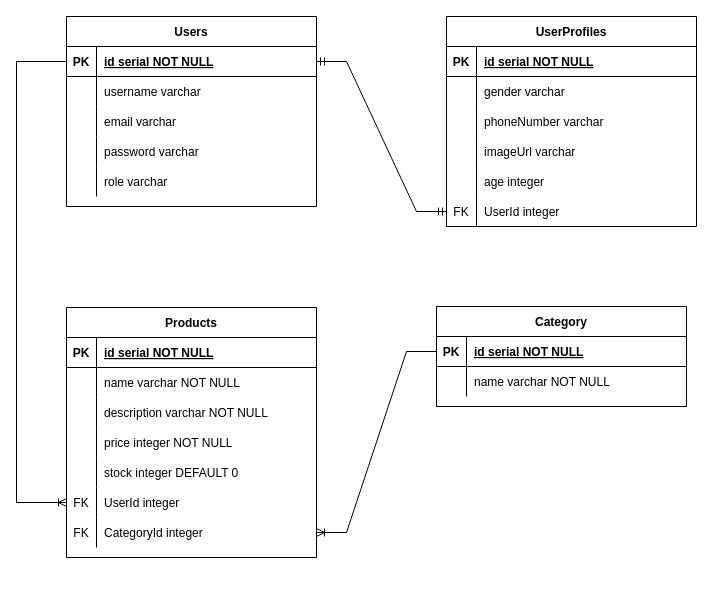
Before: VoucherKita.drawio in chossypratama/voucher-kita, a draw.io diagram. Source tidied: cells renumbered, new cells numbered last; positions are measured from the earlier drawing's top-left corner, leaving out a move shared by most shapes. Both pictures are drawn from the tidied source at 100%, with x=0, y=0 at pixel (16, 16).
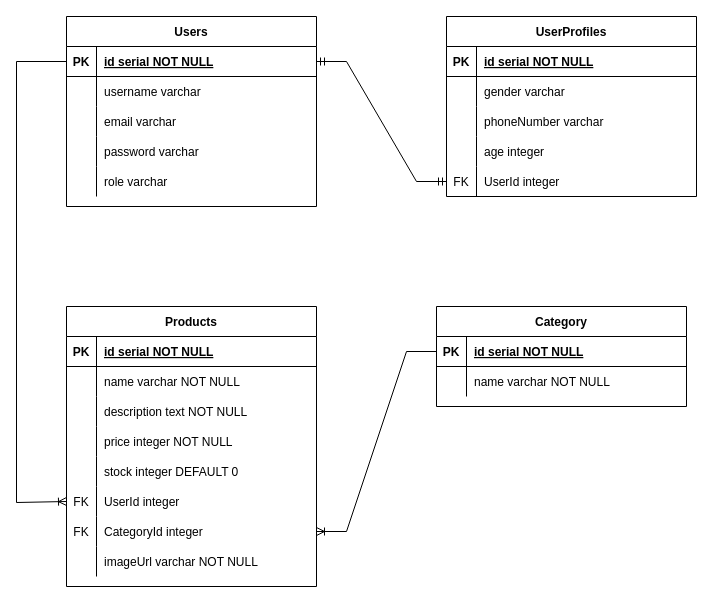
The same page after the edit.

The change refers to these unchanged cells:
```xml
<mxCell id="44" style="shape=partialRectangle;fillColor=none;top=0;left=0;right=0;bottom=0;" parent="37" vertex="1">
  <mxGeometry y="90" width="250" height="30" as="geometry" />
</mxCell>
```

What changed in the source:
```diff
@@
     <mxCell id="18" value="UserProfiles" style="shape=table;startSize=30;childLayout=tableLayout;rowLines=0;fontStyle=1;align=center;" parent="1" vertex="1">
-      <mxGeometry x="430" width="250" height="210" as="geometry" />
+      <mxGeometry x="430" width="250" height="180" as="geometry" />
     </mxCell>
@@
-    <mxCell id="28" style="shape=partialRectangle;fillColor=none;top=0;left=0;right=0;bottom=0;" parent="18" vertex="1">
-      <mxGeometry y="120" width="250" height="30" as="geometry" />
-    </mxCell>
-    <mxCell id="29" style="shape=partialRectangle;overflow=hidden;fillColor=none;top=0;left=0;bottom=0;right=0;" parent="28" vertex="1">
-      <mxGeometry width="30" height="30" as="geometry" />
-    </mxCell>
-    <mxCell id="30" value="imageUrl varchar" style="shape=partialRectangle;overflow=hidden;fillColor=none;top=0;left=0;bottom=0;right=0;align=left;spacingLeft=6;" parent="28" vertex="1">
-      <mxGeometry x="30" width="220" height="30" as="geometry" />
-    </mxCell>
     <mxCell id="31" style="shape=partialRectangle;fillColor=none;top=0;left=0;right=0;bottom=0;" parent="18" vertex="1">
-      <mxGeometry y="150" width="250" height="30" as="geometry" />
+      <mxGeometry y="120" width="250" height="30" as="geometry" />
     </mxCell>
@@
     <mxCell id="34" style="shape=partialRectangle;fillColor=none;points=[[0,0.5],[1,0.5]];portConstraint=eastwest;top=0;left=0;right=0;bottom=0;" parent="18" vertex="1">
-      <mxGeometry y="180" width="250" height="30" as="geometry" />
+      <mxGeometry y="150" width="250" height="30" as="geometry" />
     </mxCell>
@@
     <mxCell id="37" value="Products" style="shape=table;startSize=30;childLayout=tableLayout;rowLines=0;fontStyle=1;align=center;" parent="1" vertex="1">
-      <mxGeometry x="50" y="291" width="250" height="250" as="geometry" />
+      <mxGeometry x="50" y="290" width="250" height="280" as="geometry" />
     </mxCell>
@@
-    <mxCell id="46" value="description varchar NOT NULL" style="shape=partialRectangle;overflow=hidden;fillColor=none;top=0;left=0;bottom=0;right=0;align=left;spacingLeft=6;" parent="44" vertex="1">
+    <mxCell id="46" value="description text NOT NULL" style="shape=partialRectangle;overflow=hidden;fillColor=none;top=0;left=0;bottom=0;right=0;align=left;spacingLeft=6;" parent="44" vertex="1">
       <mxGeometry x="30" width="220" height="30" as="geometry" />
     </mxCell>
@@
+    <mxCell id="69" style="shape=partialRectangle;fillColor=none;top=0;left=0;right=0;bottom=0;" parent="37" vertex="1">
+      <mxGeometry y="240" width="250" height="30" as="geometry" />
+    </mxCell>
+    <mxCell id="29" style="shape=partialRectangle;overflow=hidden;fillColor=none;top=0;left=0;bottom=0;right=0;" parent="69" vertex="1">
+      <mxGeometry width="30" height="30" as="geometry" />
+    </mxCell>
+    <mxCell id="70" value="imageUrl varchar NOT NULL" style="shape=partialRectangle;overflow=hidden;fillColor=none;top=0;left=0;bottom=0;right=0;align=left;spacingLeft=6;" parent="69" vertex="1">
+      <mxGeometry x="30" width="220" height="30" as="geometry" />
+    </mxCell>
```
